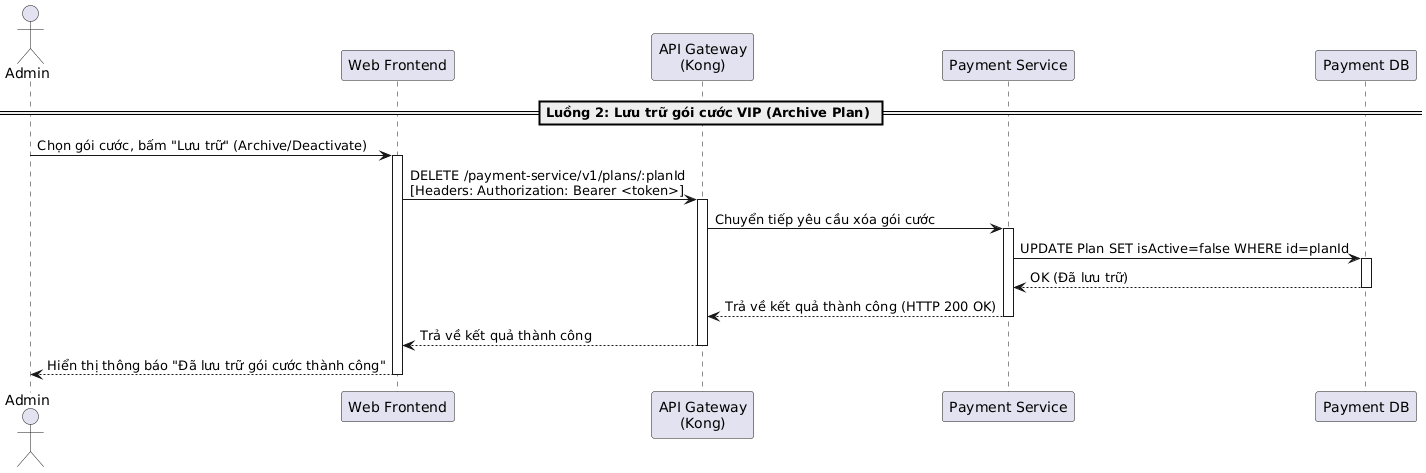
Above: temp/05-sequence/UML-Sequence-25.png in 20206205Tech/docs-uml (PlantUML), before the change.
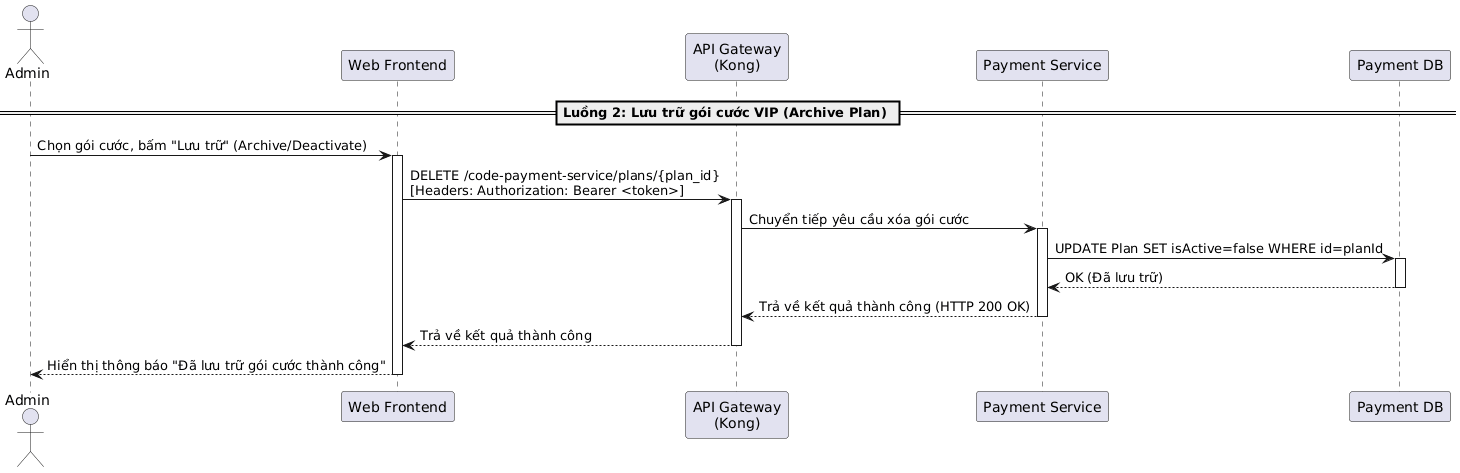
After the commit.

What changed in the source:
```diff
@@ -8,7 +8,7 @@
 == Luồng 2: Lưu trữ gói cước VIP (Archive Plan) ==
 Admin -> Frontend: Chọn gói cước, bấm "Lưu trữ" (Archive/Deactivate)
 activate Frontend
-Frontend -> Kong: DELETE /payment-service/v1/plans/:planId\n[Headers: Authorization: Bearer <token>]
+Frontend -> Kong: DELETE /code-payment-service/plans/{plan_id}\n[Headers: Authorization: Bearer <token>]
 activate Kong
 Kong -> PaymentService: Chuyển tiếp yêu cầu xóa gói cước
 activate PaymentService
```
